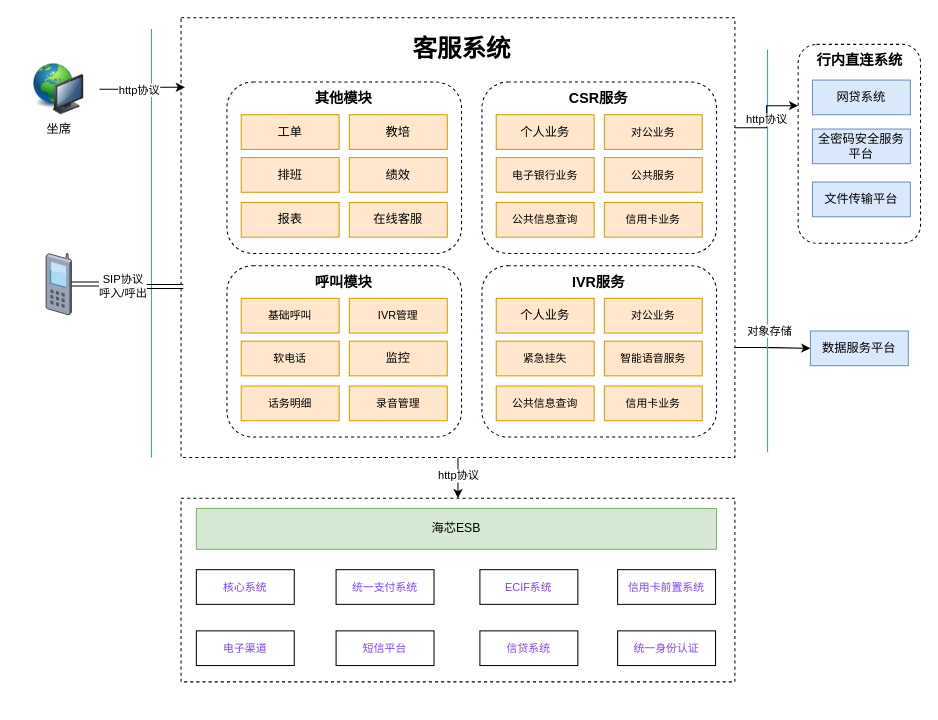
Earlier version of the draw.io diagram OC/客服中心.drawio (iceAcmen/myDesign). Source tidied: cells renumbered, new cells numbered last; positions are measured from the earlier drawing's top-left corner, leaving out a move shared by most shapes. Both pictures are drawn from the tidied source at 102%, with x=0, y=0 at pixel (17, 17).
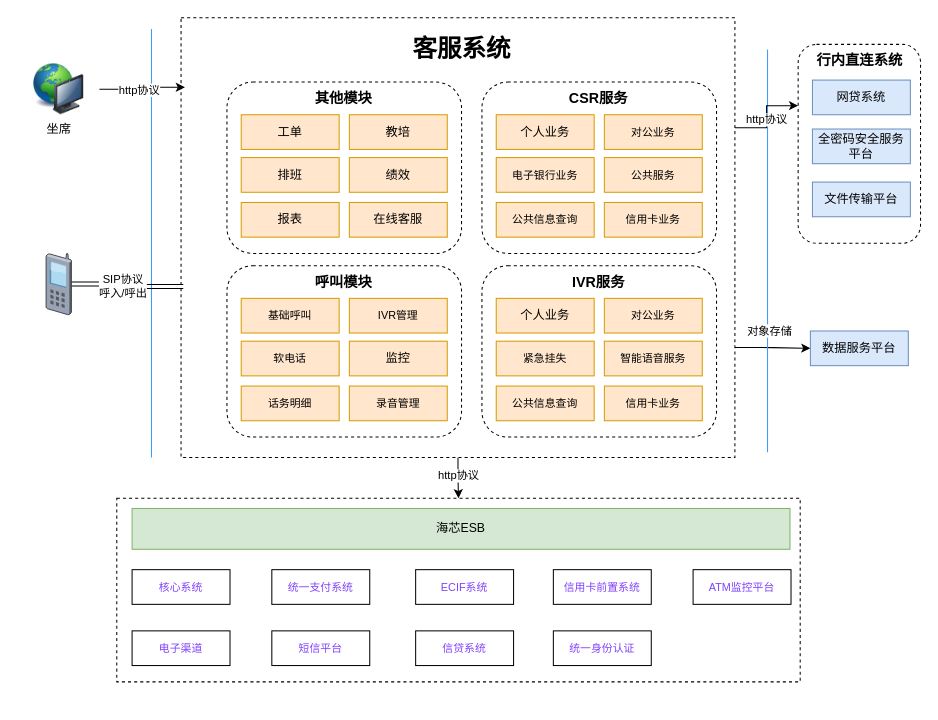
After the change.

Commit message:
更新客服中心.drawio

What changed in the source:
```diff
@@
     <mxCell id="54" style="group;" parent="1" vertex="1">
-      <mxGeometry x="160" y="471" width="543" height="200" as="geometry" />
+      <mxGeometry x="97" y="471" width="670" height="200" as="geometry" />
     </mxCell>
     <mxCell id="55" style="rounded=0;whiteSpace=wrap;html=1;dashed=1;align=center;glass=0;shadow=0;" parent="54" vertex="1">
-      <mxGeometry width="543" height="180" as="geometry" />
+      <mxGeometry width="670" height="180" as="geometry" />
     </mxCell>
     <mxCell id="56" value="海芯ESB" style="rounded=0;whiteSpace=wrap;html=1;fillColor=#d5e8d4;strokeColor=#82b366;" parent="54" vertex="1">
-      <mxGeometry x="15" y="10" width="510" height="40" as="geometry" />
+      <mxGeometry x="15" y="10" width="645" height="40" as="geometry" />
     </mxCell>
@@
+    <mxCell id="71" value="&lt;span style=&quot;font-family:'Microsoft YaHei'; font-size:8pt; color:#7f41fb; background-color:transparent;&quot;&gt;ATM监控平台&lt;/span&gt;" style="rounded=0;whiteSpace=wrap;html=1;" parent="54" vertex="1">
+      <mxGeometry x="565" y="70" width="96" height="34" as="geometry" />
+    </mxCell>
```
